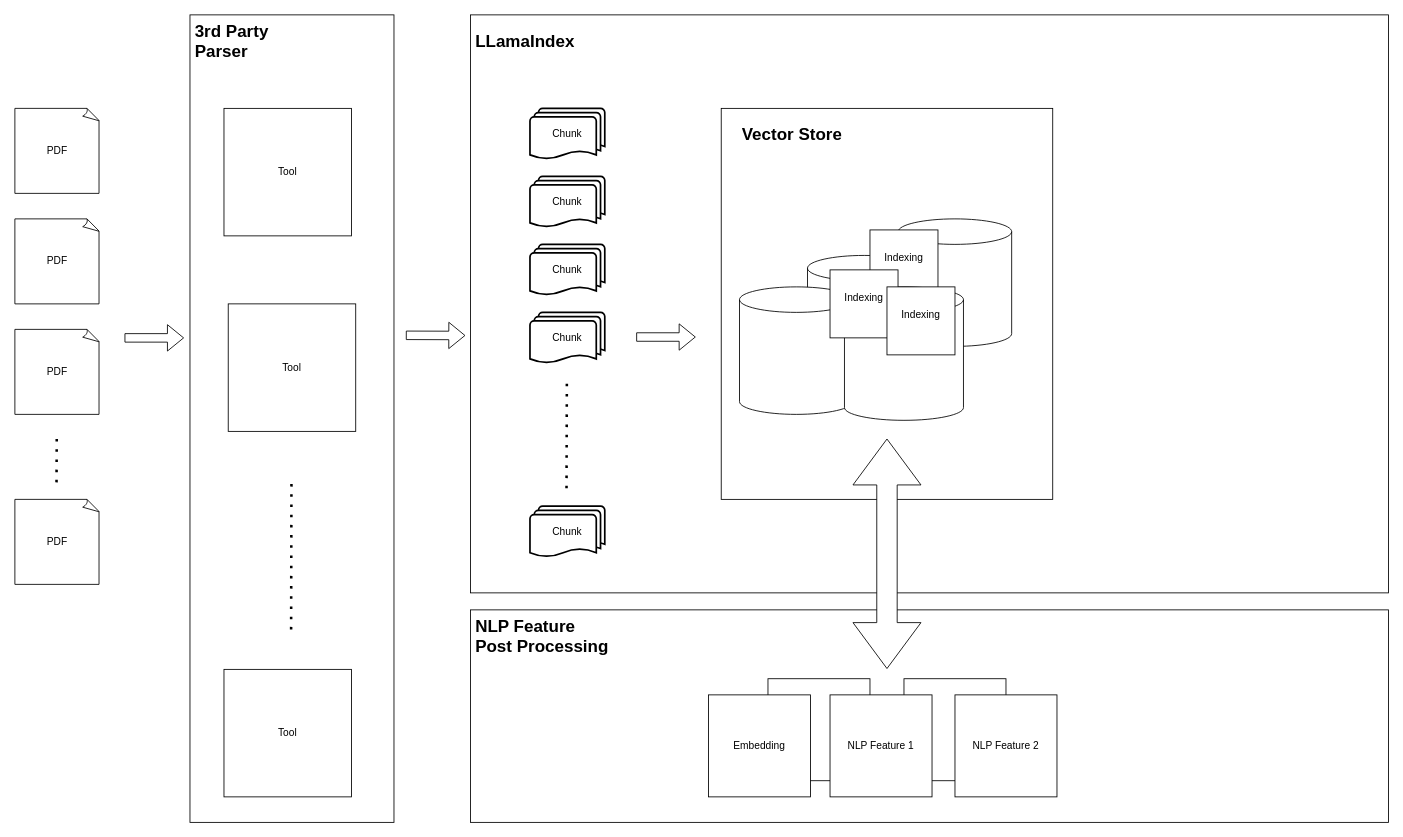
Earlier version of the draw.io diagram Untitled Diagram.drawio (xiaochen93/xiaochen93). Source tidied: cells renumbered, new cells numbered last; positions are measured from the earlier drawing's top-left corner, leaving out a move shared by most shapes. Both pictures are drawn from the tidied source at 85%, with x=0, y=0 at pixel (14, 14).
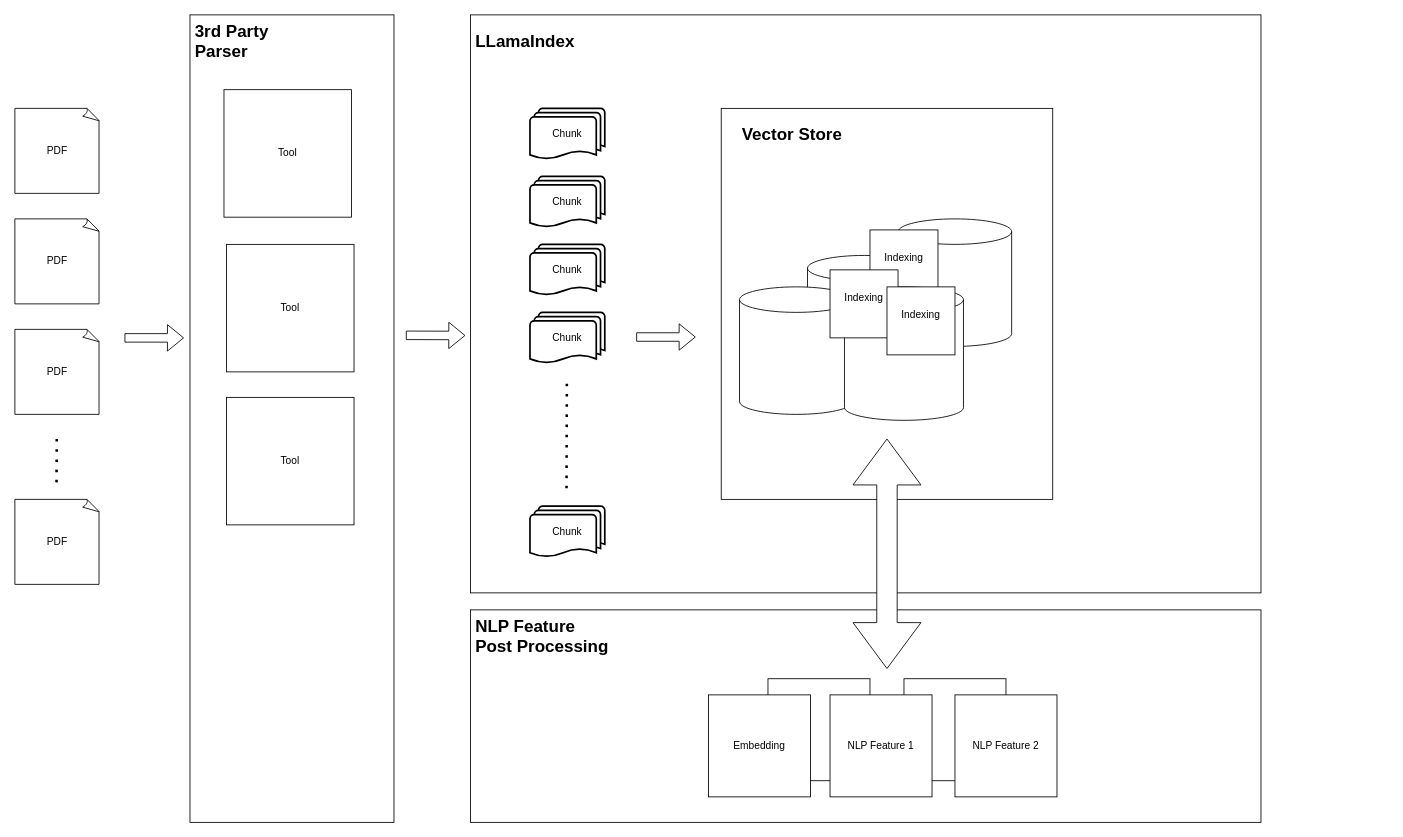
The same page after the edit.

The edit, as a diff of the source:
```diff
@@
     <mxCell id="3" style="whiteSpace=wrap;html=1;" parent="1" vertex="1">
-      <mxGeometry x="536" width="1080" height="680" as="geometry" />
+      <mxGeometry x="536" width="930" height="680" as="geometry" />
     </mxCell>
     <mxCell id="4" style="whiteSpace=wrap;html=1;" parent="1" vertex="1">
-      <mxGeometry x="536" y="700" width="1080" height="250" as="geometry" />
+      <mxGeometry x="536" y="700" width="930" height="250" as="geometry" />
     </mxCell>
@@
     <mxCell id="14" value="Tool" style="whiteSpace=wrap;html=1;" parent="1" vertex="1">
-      <mxGeometry x="251" y="340" width="150" height="150" as="geometry" />
+      <mxGeometry x="249" y="270" width="150" height="150" as="geometry" />
     </mxCell>
@@
     <mxCell id="37" value="Tool" style="whiteSpace=wrap;html=1;" parent="1" vertex="1">
-      <mxGeometry x="246" y="770" width="150" height="150" as="geometry" />
+      <mxGeometry x="249" y="450" width="150" height="150" as="geometry" />
     </mxCell>
     <mxCell id="38" value="Tool" style="whiteSpace=wrap;html=1;" parent="1" vertex="1">
-      <mxGeometry x="246" y="110" width="150" height="150" as="geometry" />
+      <mxGeometry x="246" y="88" width="150" height="150" as="geometry" />
     </mxCell>
-    <mxCell id="39" style="endArrow=none;dashed=1;html=1;dashPattern=1 3;strokeWidth=3;rounded=0;" parent="1" edge="1">
-      <mxGeometry relative="1" as="geometry">
-        <mxPoint x="325" y="723" as="sourcePoint" />
-        <mxPoint x="325.4" y="545" as="targetPoint" />
-      </mxGeometry>
-    </mxCell>
```
